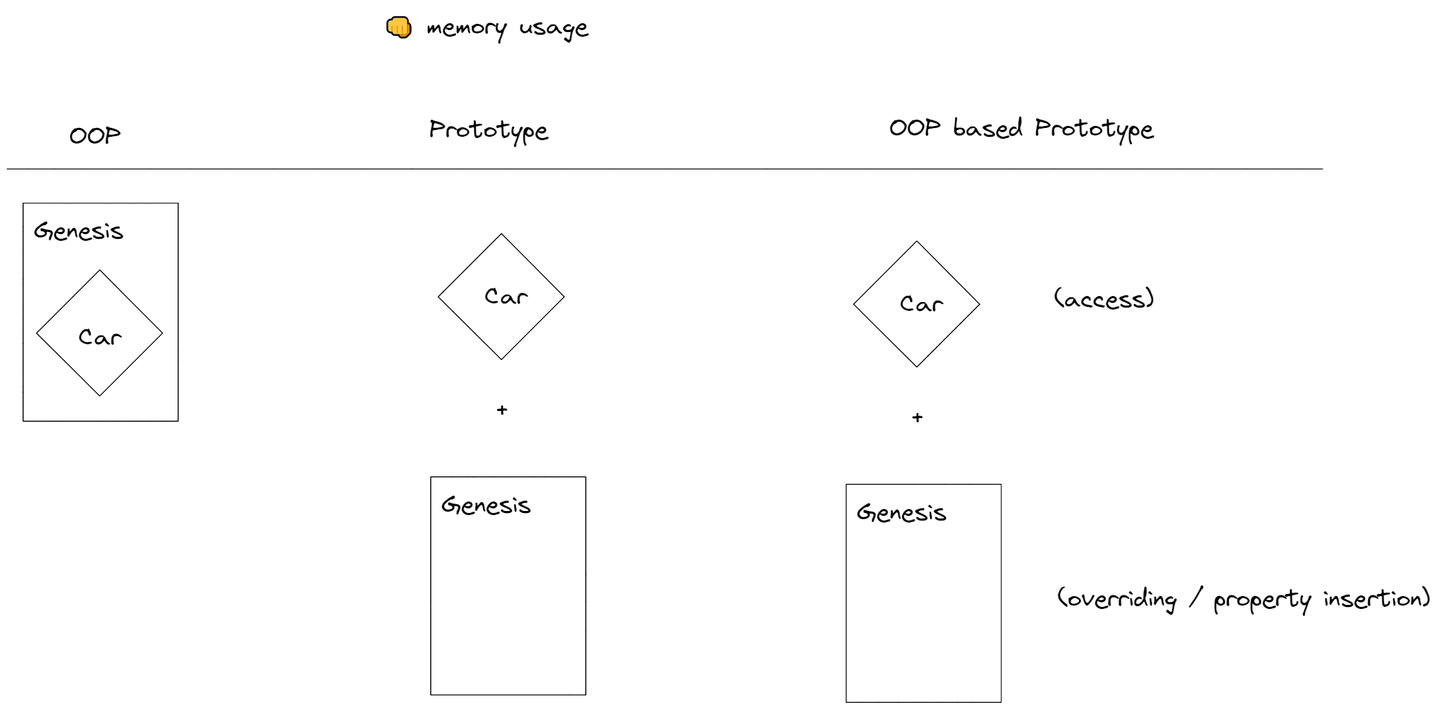
This is 06/yongki/assets/memory-usage.png from cs-study-org/cs-study, a Excalidraw export, as it was before one commit. Source tidied: one line per element, renumbered; positions are measured from the earlier drawing's top-left corner, leaving out a move shared by most shapes. The source it was exported from:
```json
{"id": 0, "type": "text", "text": "OOP", "strokeColor": "#000000", "backgroundColor": "#fab005", "fillStyle": "hachure", "strokeWidth": 1, "roughness": 0, "fontSize": 36, "fontFamily": 1, "x": 92, "y": 169, "width": 77, "height": 45}
{"id": 1, "type": "text", "text": "Prototype", "strokeColor": "#000000", "backgroundColor": "#fab005", "fillStyle": "hachure", "strokeWidth": 1, "roughness": 0, "fontSize": 36, "fontFamily": 1, "x": 621, "y": 159, "width": 175, "height": 45}
{"id": 2, "type": "line", "strokeColor": "#000000", "strokeWidth": 1, "roughness": 0, "x": 0, "y": 238, "width": 1934, "height": 0, "points": [[0, 0], [1934, 0]]}
{"id": 3, "type": "text", "text": "OOP based Prototype", "strokeColor": "#000000", "backgroundColor": "#fab005", "fillStyle": "hachure", "strokeWidth": 1, "roughness": 0, "fontSize": 36, "fontFamily": 1, "x": 1297, "y": 157, "width": 389, "height": 45}
{"id": 4, "type": "rectangle", "strokeColor": "#000000", "strokeWidth": 1, "roughness": 0, "x": 24, "y": 289, "width": 228, "height": 321}
{"id": 5, "type": "text", "text": "Car", "strokeColor": "#000000", "backgroundColor": "#fab005", "fillStyle": "hachure", "strokeWidth": 1, "roughness": 0, "fontSize": 36, "fontFamily": 1, "x": 105, "y": 464, "width": 64, "height": 45}
{"id": 6, "type": "text", "text": "Genesis", "strokeColor": "#000000", "backgroundColor": "#fab005", "fillStyle": "hachure", "strokeWidth": 1, "roughness": 0, "fontSize": 36, "fontFamily": 1, "x": 40, "y": 307, "width": 133, "height": 45}
{"id": 7, "type": "diamond", "strokeColor": "#000000", "strokeWidth": 1, "roughness": 0, "x": 44, "y": 387, "width": 185, "height": 185}
{"id": 8, "type": "rectangle", "strokeColor": "#000000", "strokeWidth": 1, "roughness": 0, "x": 623, "y": 691, "width": 228, "height": 321}
{"id": 9, "type": "text", "text": "Car", "strokeColor": "#000000", "backgroundColor": "#fab005", "fillStyle": "hachure", "strokeWidth": 1, "roughness": 0, "fontSize": 36, "fontFamily": 1, "x": 702, "y": 404, "width": 64, "height": 45}
{"id": 10, "type": "text", "text": "Genesis", "strokeColor": "#000000", "backgroundColor": "#fab005", "fillStyle": "hachure", "strokeWidth": 1, "roughness": 0, "fontSize": 36, "fontFamily": 1, "x": 639, "y": 710, "width": 133, "height": 45}
{"id": 11, "type": "diamond", "strokeColor": "#000000", "strokeWidth": 1, "roughness": 0, "x": 634, "y": 333, "width": 185, "height": 185}
{"id": 12, "type": "text", "text": "+", "strokeColor": "#000000", "backgroundColor": "#fab005", "fillStyle": "hachure", "strokeWidth": 1, "roughness": 0, "fontSize": 36, "fontFamily": 1, "x": 716, "y": 571, "width": 24, "height": 45}
{"id": 13, "type": "rectangle", "strokeColor": "#000000", "strokeWidth": 1, "roughness": 0, "x": 1234, "y": 702, "width": 228, "height": 321}
{"id": 14, "type": "text", "text": "Car", "strokeColor": "#000000", "backgroundColor": "#fab005", "fillStyle": "hachure", "strokeWidth": 1, "roughness": 0, "fontSize": 36, "fontFamily": 1, "x": 1313, "y": 415, "width": 64, "height": 45}
{"id": 15, "type": "text", "text": "Genesis", "strokeColor": "#000000", "backgroundColor": "#fab005", "fillStyle": "hachure", "strokeWidth": 1, "roughness": 0, "fontSize": 36, "fontFamily": 1, "x": 1250, "y": 721, "width": 133, "height": 45}
{"id": 16, "type": "diamond", "strokeColor": "#000000", "strokeWidth": 1, "roughness": 0, "x": 1245, "y": 344, "width": 185, "height": 185}
{"id": 17, "type": "text", "text": "+", "strokeColor": "#000000", "backgroundColor": "#fab005", "fillStyle": "hachure", "strokeWidth": 1, "roughness": 0, "fontSize": 36, "fontFamily": 1, "x": 1327, "y": 582, "width": 24, "height": 45}
{"id": 18, "type": "text", "text": "(access)", "strokeColor": "#000000", "strokeWidth": 1, "roughness": 0, "fontSize": 36, "fontFamily": 1, "x": 1539, "y": 408, "width": 147, "height": 45}
{"id": 19, "type": "text", "text": "(overriding / property insertion)", "strokeColor": "#000000", "strokeWidth": 1, "roughness": 0, "fontSize": 36, "fontFamily": 1, "x": 1544, "y": 848, "width": 548, "height": 45}
{"id": 20, "type": "text", "text": "👊 memory usage", "strokeColor": "#000000", "backgroundColor": "#fab005", "fillStyle": "hachure", "strokeWidth": 1, "roughness": 0, "fontSize": 36, "fontFamily": 1, "x": 553, "y": 0, "width": 302, "height": 52}
```
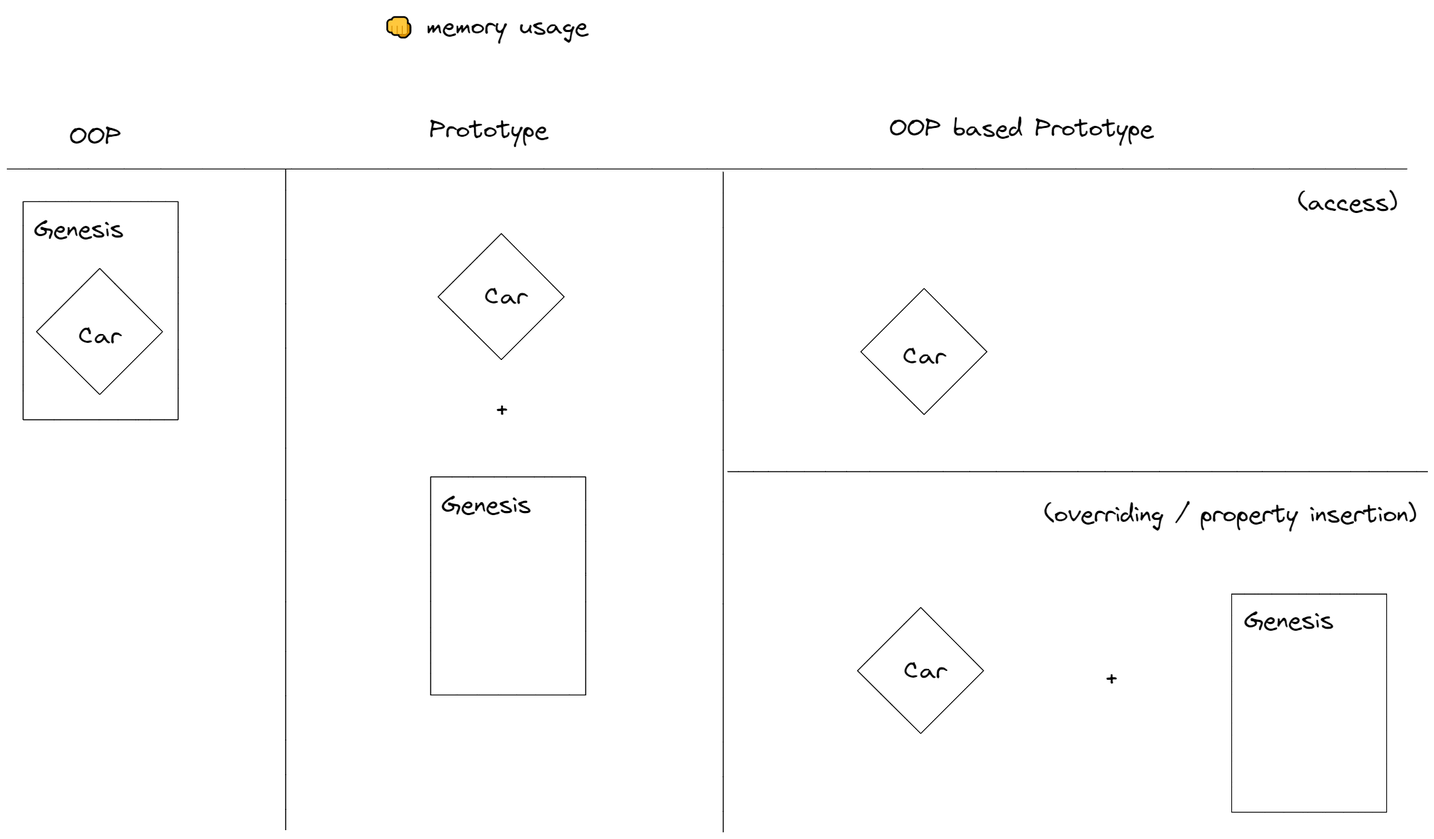
The same diagram one commit later.

Commit message:
:bento: Update memory usage asset

What changed in the source:
```diff
@@ -1,21 +1,26 @@
 {"id": 0, "type": "text", "text": "OOP", "strokeColor": "#000000", "backgroundColor": "#fab005", "fillStyle": "hachure", "strokeWidth": 1, "roughness": 0, "fontSize": 36, "fontFamily": 1, "x": 92, "y": 169, "width": 77, "height": 45}
 {"id": 1, "type": "text", "text": "Prototype", "strokeColor": "#000000", "backgroundColor": "#fab005", "fillStyle": "hachure", "strokeWidth": 1, "roughness": 0, "fontSize": 36, "fontFamily": 1, "x": 621, "y": 159, "width": 175, "height": 45}
-{"id": 2, "type": "line", "strokeColor": "#000000", "strokeWidth": 1, "roughness": 0, "x": 0, "y": 238, "width": 1934, "height": 0, "points": [[0, 0], [1934, 0]]}
+{"id": 2, "type": "line", "strokeColor": "#000000", "strokeWidth": 1, "roughness": 0, "x": 0, "y": 238, "width": 2058, "height": 0, "points": [[0, 0], [2058, 0]]}
 {"id": 3, "type": "text", "text": "OOP based Prototype", "strokeColor": "#000000", "backgroundColor": "#fab005", "fillStyle": "hachure", "strokeWidth": 1, "roughness": 0, "fontSize": 36, "fontFamily": 1, "x": 1297, "y": 157, "width": 389, "height": 45}
-{"id": 4, "type": "rectangle", "strokeColor": "#000000", "strokeWidth": 1, "roughness": 0, "x": 24, "y": 289, "width": 228, "height": 321}
+{"id": 4, "type": "rectangle", "strokeColor": "#000000", "strokeWidth": 1, "roughness": 0, "x": 24, "y": 286, "width": 228, "height": 321}
-{"id": 5, "type": "text", "text": "Car", "strokeColor": "#000000", "backgroundColor": "#fab005", "fillStyle": "hachure", "strokeWidth": 1, "roughness": 0, "fontSize": 36, "fontFamily": 1, "x": 105, "y": 464, "width": 64, "height": 45}
+{"id": 5, "type": "text", "text": "Car", "strokeColor": "#000000", "backgroundColor": "#fab005", "fillStyle": "hachure", "strokeWidth": 1, "roughness": 0, "fontSize": 36, "fontFamily": 1, "x": 105, "y": 462, "width": 64, "height": 45}
-{"id": 6, "type": "text", "text": "Genesis", "strokeColor": "#000000", "backgroundColor": "#fab005", "fillStyle": "hachure", "strokeWidth": 1, "roughness": 0, "fontSize": 36, "fontFamily": 1, "x": 40, "y": 307, "width": 133, "height": 45}
+{"id": 6, "type": "text", "text": "Genesis", "strokeColor": "#000000", "backgroundColor": "#fab005", "fillStyle": "hachure", "strokeWidth": 1, "roughness": 0, "fontSize": 36, "fontFamily": 1, "x": 40, "y": 305, "width": 133, "height": 45}
-{"id": 7, "type": "diamond", "strokeColor": "#000000", "strokeWidth": 1, "roughness": 0, "x": 44, "y": 387, "width": 185, "height": 185}
+{"id": 7, "type": "diamond", "strokeColor": "#000000", "strokeWidth": 1, "roughness": 0, "x": 44, "y": 384, "width": 185, "height": 185}
 {"id": 8, "type": "rectangle", "strokeColor": "#000000", "strokeWidth": 1, "roughness": 0, "x": 623, "y": 691, "width": 228, "height": 321}
 {"id": 9, "type": "text", "text": "Car", "strokeColor": "#000000", "backgroundColor": "#fab005", "fillStyle": "hachure", "strokeWidth": 1, "roughness": 0, "fontSize": 36, "fontFamily": 1, "x": 702, "y": 404, "width": 64, "height": 45}
 {"id": 10, "type": "text", "text": "Genesis", "strokeColor": "#000000", "backgroundColor": "#fab005", "fillStyle": "hachure", "strokeWidth": 1, "roughness": 0, "fontSize": 36, "fontFamily": 1, "x": 639, "y": 710, "width": 133, "height": 45}
 {"id": 11, "type": "diamond", "strokeColor": "#000000", "strokeWidth": 1, "roughness": 0, "x": 634, "y": 333, "width": 185, "height": 185}
 {"id": 12, "type": "text", "text": "+", "strokeColor": "#000000", "backgroundColor": "#fab005", "fillStyle": "hachure", "strokeWidth": 1, "roughness": 0, "fontSize": 36, "fontFamily": 1, "x": 716, "y": 571, "width": 24, "height": 45}
-{"id": 13, "type": "rectangle", "strokeColor": "#000000", "strokeWidth": 1, "roughness": 0, "x": 1234, "y": 702, "width": 228, "height": 321}
+{"id": 13, "type": "rectangle", "strokeColor": "#000000", "strokeWidth": 1, "roughness": 0, "x": 1801, "y": 863, "width": 228, "height": 321}
-{"id": 14, "type": "text", "text": "Car", "strokeColor": "#000000", "backgroundColor": "#fab005", "fillStyle": "hachure", "strokeWidth": 1, "roughness": 0, "fontSize": 36, "fontFamily": 1, "x": 1313, "y": 415, "width": 64, "height": 45}
-{"id": 15, "type": "text", "text": "Genesis", "strokeColor": "#000000", "backgroundColor": "#fab005", "fillStyle": "hachure", "strokeWidth": 1, "roughness": 0, "fontSize": 36, "fontFamily": 1, "x": 1250, "y": 721, "width": 133, "height": 45}
+{"id": 15, "type": "text", "text": "Genesis", "strokeColor": "#000000", "backgroundColor": "#fab005", "fillStyle": "hachure", "strokeWidth": 1, "roughness": 0, "fontSize": 36, "fontFamily": 1, "x": 1819, "y": 880, "width": 133, "height": 45}
-{"id": 16, "type": "diamond", "strokeColor": "#000000", "strokeWidth": 1, "roughness": 0, "x": 1245, "y": 344, "width": 185, "height": 185}
-{"id": 17, "type": "text", "text": "+", "strokeColor": "#000000", "backgroundColor": "#fab005", "fillStyle": "hachure", "strokeWidth": 1, "roughness": 0, "fontSize": 36, "fontFamily": 1, "x": 1327, "y": 582, "width": 24, "height": 45}
-{"id": 18, "type": "text", "text": "(access)", "strokeColor": "#000000", "strokeWidth": 1, "roughness": 0, "fontSize": 36, "fontFamily": 1, "x": 1539, "y": 408, "width": 147, "height": 45}
+{"id": 18, "type": "text", "text": "(access)", "strokeColor": "#000000", "strokeWidth": 1, "roughness": 0, "fontSize": 36, "fontFamily": 1, "x": 1898, "y": 266, "width": 147, "height": 45}
-{"id": 19, "type": "text", "text": "(overriding / property insertion)", "strokeColor": "#000000", "strokeWidth": 1, "roughness": 0, "fontSize": 36, "fontFamily": 1, "x": 1544, "y": 848, "width": 548, "height": 45}
+{"id": 19, "type": "text", "text": "(overriding / property insertion)", "strokeColor": "#000000", "strokeWidth": 1, "roughness": 0, "fontSize": 36, "fontFamily": 1, "x": 1525, "y": 724, "width": 548, "height": 45}
 {"id": 20, "type": "text", "text": "👊 memory usage", "strokeColor": "#000000", "backgroundColor": "#fab005", "fillStyle": "hachure", "strokeWidth": 1, "roughness": 0, "fontSize": 36, "fontFamily": 1, "x": 553, "y": 0, "width": 302, "height": 52}
+{"id": 21, "type": "text", "text": "Car", "strokeColor": "#000000", "backgroundColor": "#fab005", "fillStyle": "hachure", "strokeWidth": 1, "roughness": 0, "fontSize": 36, "fontFamily": 1, "x": 1317, "y": 492, "width": 64, "height": 45}
+{"id": 22, "type": "diamond", "strokeColor": "#000000", "strokeWidth": 1, "roughness": 0, "x": 1255, "y": 414, "width": 185, "height": 185}
+{"id": 23, "type": "line", "strokeColor": "#000000", "strokeWidth": 1, "roughness": 0, "x": 1060, "y": 683, "width": 1029, "height": 0, "points": [[0, 0], [1029, 0]]}
+{"id": 24, "type": "text", "text": "Car", "strokeColor": "#000000", "backgroundColor": "#fab005", "fillStyle": "hachure", "strokeWidth": 1, "roughness": 0, "fontSize": 36, "fontFamily": 1, "x": 1319, "y": 954, "width": 64, "height": 45}
+{"id": 25, "type": "diamond", "strokeColor": "#000000", "strokeWidth": 1, "roughness": 0, "x": 1251, "y": 883, "width": 185, "height": 185}
+{"id": 17, "type": "text", "text": "+", "strokeColor": "#000000", "backgroundColor": "#fab005", "fillStyle": "hachure", "strokeWidth": 1, "roughness": 0, "fontSize": 36, "fontFamily": 1, "x": 1612, "y": 966, "width": 24, "height": 45}
+{"id": 26, "type": "line", "strokeColor": "#000000", "strokeWidth": 1, "roughness": 0, "x": 1053, "y": 243, "width": 0, "height": 970, "points": [[0, 0], [0, 970]]}
+{"id": 27, "type": "line", "strokeColor": "#000000", "strokeWidth": 1, "roughness": 0, "x": 410, "y": 239, "width": 0, "height": 970, "points": [[0, 0], [0, 970]]}
```
